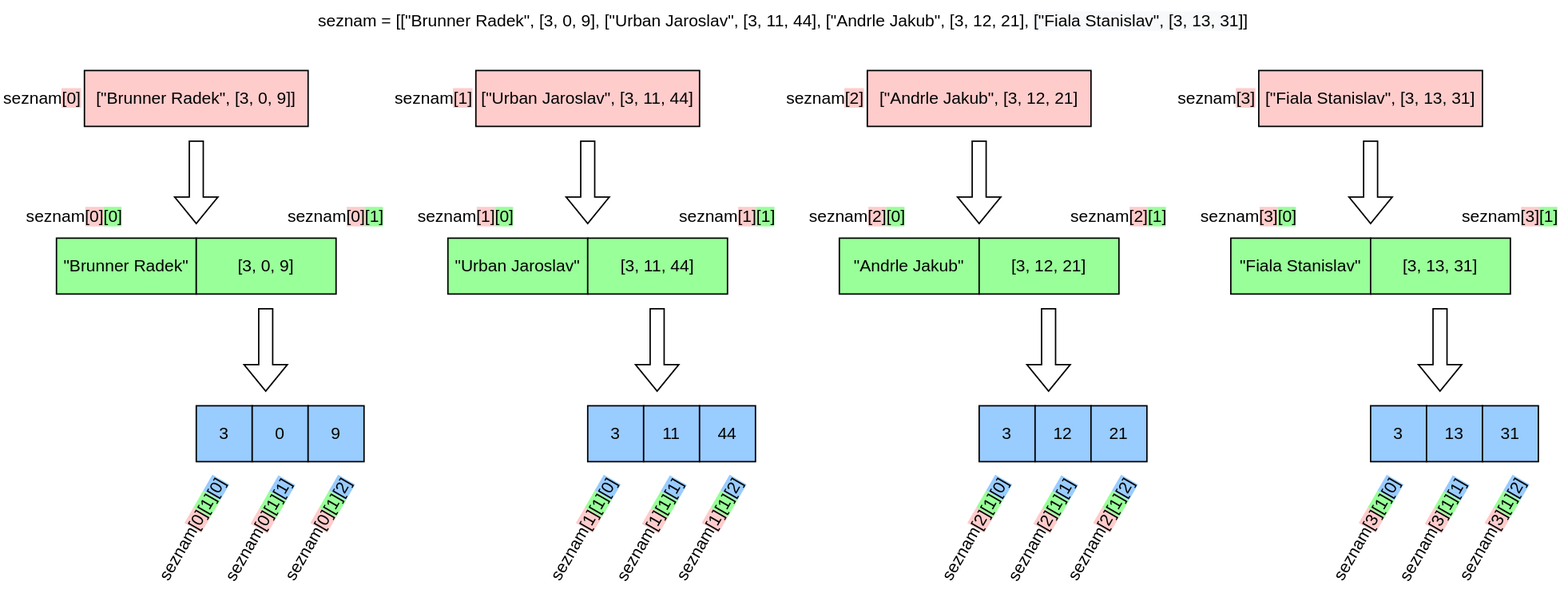
Before: images/Indexování-Page-1.drawio.svg, a diagram exported from draw.io (pesikj/da-pracovni-skupiny). Source tidied: cells renumbered, new cells last; positions are measured from the earlier drawing's top-left corner, leaving out a move shared by most shapes.
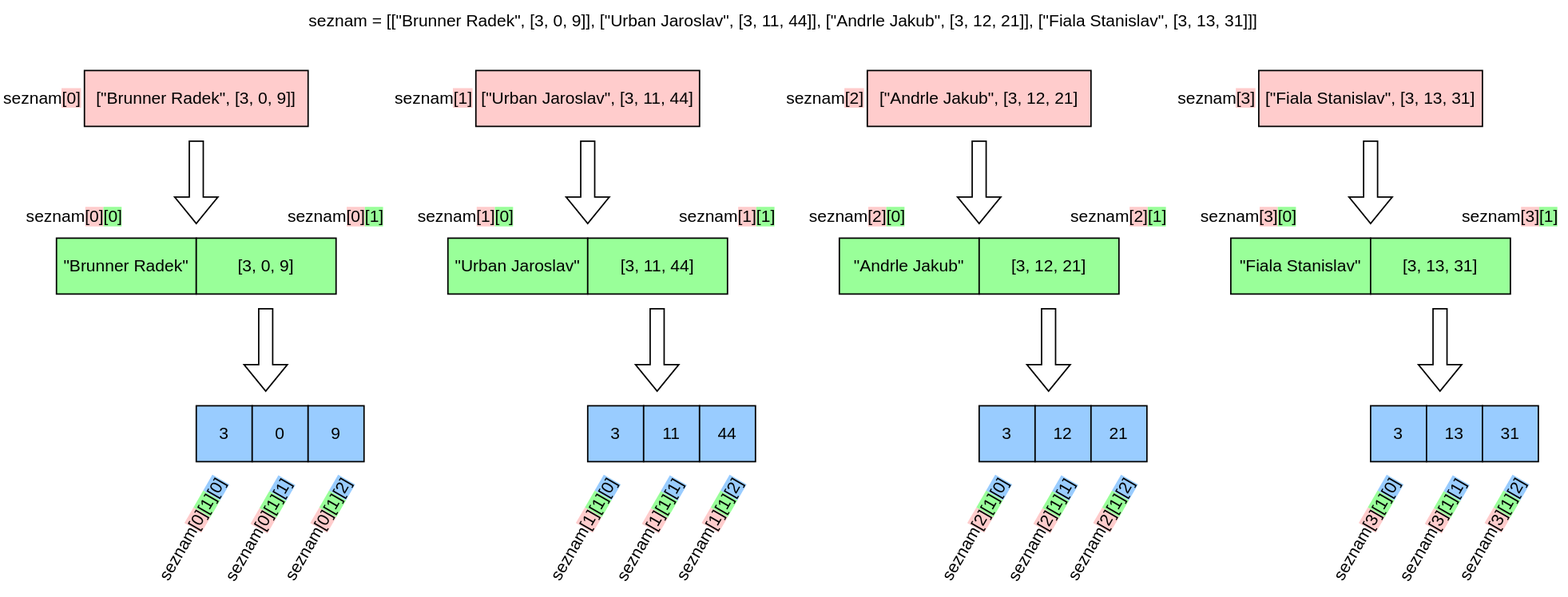
The same file after the commit.

Diff of the diagram source:
```diff
@@ -38,8 +38,8 @@
     <mxCell id="11" value="seznam&lt;span style=&quot;background-color: rgb(255, 204, 204);&quot;&gt;[0]&lt;/span&gt;&lt;span style=&quot;background-color: rgb(153, 255, 153);&quot;&gt;[1]&lt;/span&gt;&lt;span style=&quot;background-color: rgb(153, 204, 255);&quot;&gt;[0]&lt;/span&gt;" style="text;html=1;strokeColor=none;fillColor=none;align=center;verticalAlign=middle;whiteSpace=wrap;rounded=0;rotation=-60;" parent="1" vertex="1">
       <mxGeometry x="92.5" y="364.3" width="90" height="30" as="geometry" />
     </mxCell>
-    <mxCell id="12" value="seznam = [[&quot;Brunner Radek&quot;, [3, 0, 9], [&quot;Urban Jaroslav&quot;, [3, 11, 44], [&quot;Andrle Jakub&quot;, [3, 12, 21],&amp;nbsp;&lt;span style=&quot;background-color: rgb(248, 249, 250);&quot;&gt;[&quot;Fiala Stanislav&quot;, [3, 13, 31]&lt;/span&gt;]" style="text;html=1;strokeColor=none;fillColor=none;align=center;verticalAlign=middle;whiteSpace=wrap;rounded=0;labelBackgroundColor=#FFFFFF;" parent="1" vertex="1">
-      <mxGeometry x="220" width="680" height="30" as="geometry" />
+    <mxCell id="12" value="seznam = [[&quot;Brunner Radek&quot;, [3, 0, 9]], [&quot;Urban Jaroslav&quot;, [3, 11, 44]], [&quot;Andrle Jakub&quot;, [3, 12, 21]], [&quot;Fiala Stanislav&quot;, [3, 13, 31]]]" style="text;html=1;strokeColor=none;fillColor=none;align=center;verticalAlign=middle;whiteSpace=wrap;rounded=0;labelBackgroundColor=#FFFFFF;" parent="1" vertex="1">
+      <mxGeometry x="180" width="760" height="30" as="geometry" />
     </mxCell>
     <mxCell id="13" value="seznam&lt;span style=&quot;background-color: rgb(255, 204, 204);&quot;&gt;[0]&lt;/span&gt;&lt;span style=&quot;background-color: rgb(153, 255, 153);&quot;&gt;[0]&lt;/span&gt;" style="text;html=1;strokeColor=none;fillColor=none;align=center;verticalAlign=middle;whiteSpace=wrap;rounded=0;" parent="1" vertex="1">
       <mxGeometry x="12.5" y="140" width="80" height="30" as="geometry" />
```
